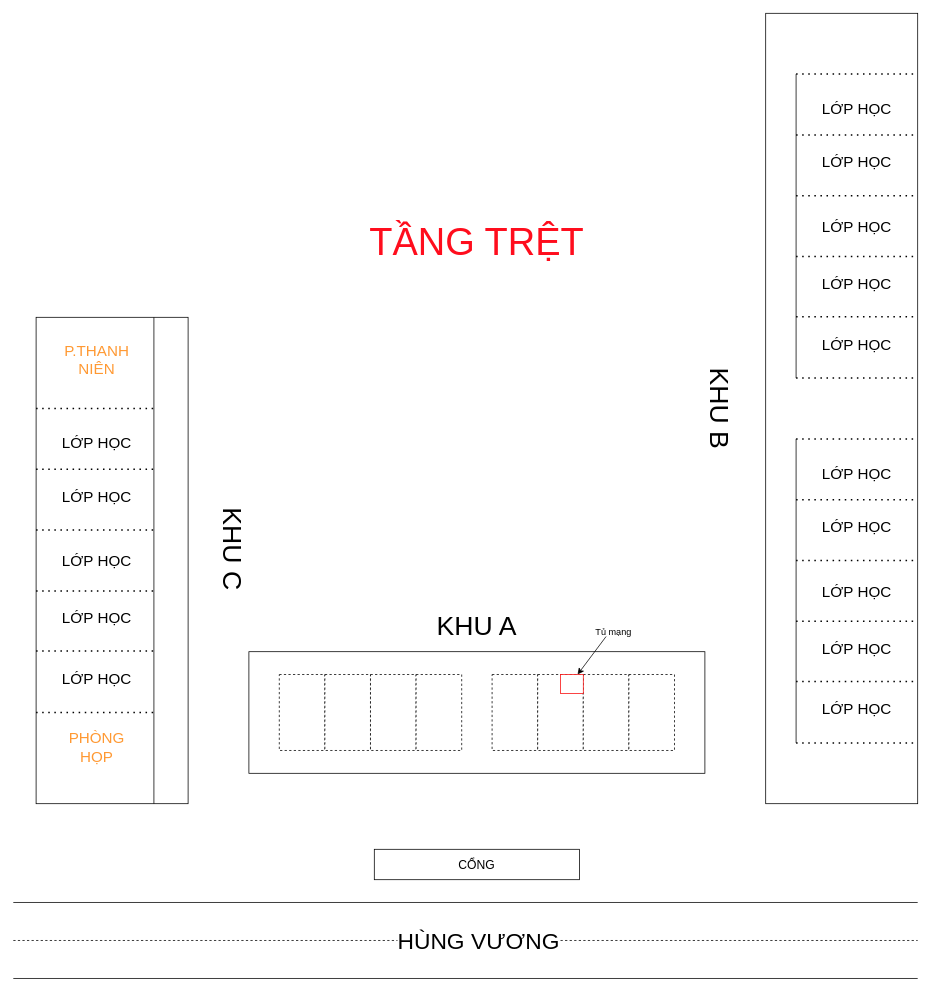
The draw.io diagram Biểu đồ không có tiêu đề.drawio in TroiNguy3n/nguyendinhchieu, before the edit. Source tidied: cells renumbered, new cells numbered last; positions are measured from the earlier drawing's top-left corner, leaving out a move shared by most shapes. Both pictures are drawn from the tidied source at 76%, with x=0, y=0 at pixel (13, 13).
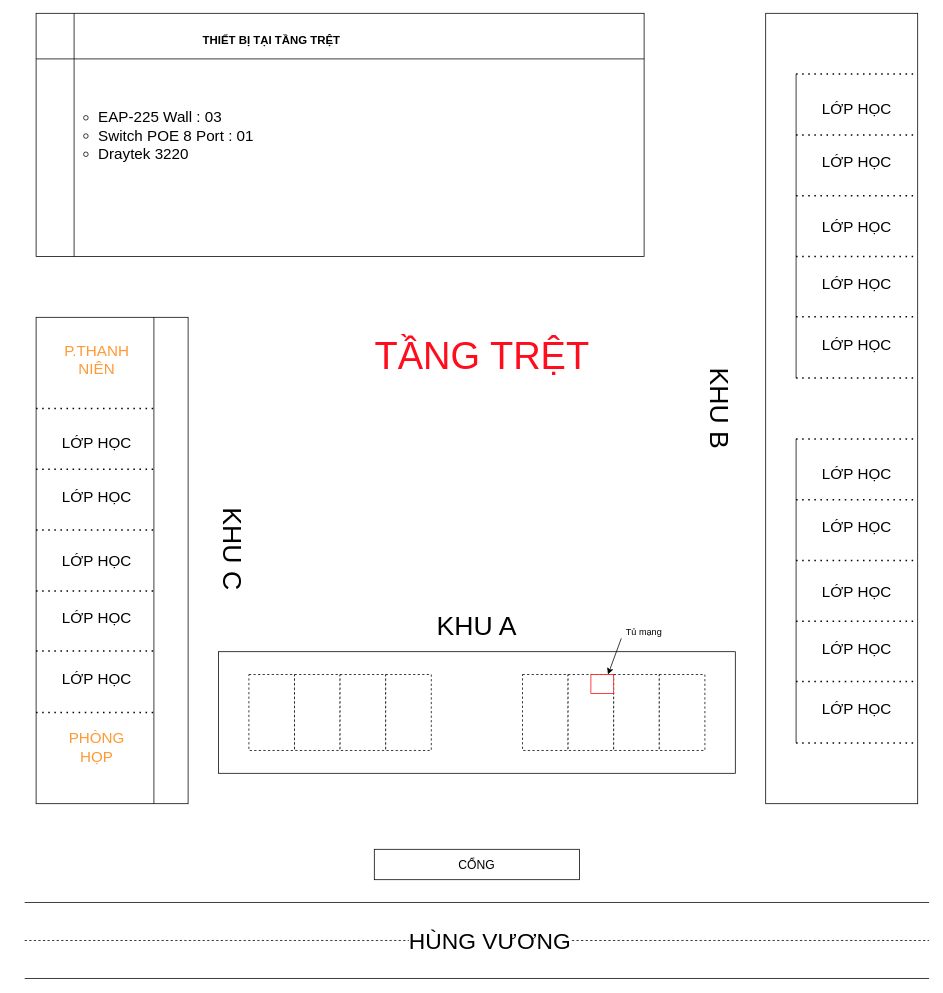
The same diagram, later.

Commit message:
Cập nhật Biểu đồ không có tiêu đề.drawio

What changed in the source:
```diff
@@
     <mxCell id="2" style="endArrow=none;html=1;rounded=0;" parent="1" edge="1">
       <mxGeometry relative="1" as="geometry">
-        <mxPoint y="1170" as="sourcePoint" />
-        <mxPoint x="1190" y="1170" as="targetPoint" />
+        <mxPoint x="15" y="1170" as="sourcePoint" />
+        <mxPoint x="1205" y="1170" as="targetPoint" />
       </mxGeometry>
     </mxCell>
     <mxCell id="3" style="endArrow=none;html=1;rounded=0;" parent="1" edge="1">
       <mxGeometry relative="1" as="geometry">
-        <mxPoint y="1270" as="sourcePoint" />
-        <mxPoint x="1190" y="1270" as="targetPoint" />
+        <mxPoint x="15" y="1270" as="sourcePoint" />
+        <mxPoint x="1205" y="1270" as="targetPoint" />
       </mxGeometry>
     </mxCell>
     <mxCell id="4" style="endArrow=none;html=1;rounded=0;dashed=1;" parent="1" edge="1">
       <mxGeometry relative="1" as="geometry">
-        <mxPoint y="1220" as="sourcePoint" />
-        <mxPoint x="1190" y="1220" as="targetPoint" />
+        <mxPoint x="15" y="1220" as="sourcePoint" />
+        <mxPoint x="1205" y="1220" as="targetPoint" />
       </mxGeometry>
     </mxCell>
@@
     <mxCell id="8" style="rounded=0;whiteSpace=wrap;html=1;" parent="1" vertex="1">
-      <mxGeometry x="310" y="840" width="600" height="160" as="geometry" />
+      <mxGeometry x="270" y="840" width="680" height="160" as="geometry" />
     </mxCell>
@@
     <mxCell id="51" value="&lt;font style=&quot;font-size: 50px;&quot;&gt;TẦNG TRỆT&lt;/font&gt;" style="text;html=1;strokeColor=none;fillColor=none;align=center;verticalAlign=middle;whiteSpace=wrap;rounded=0;rotation=0;fontSize=50;fontColor=#FF0D1D;" parent="1" vertex="1">
-      <mxGeometry x="425" y="250" width="370" height="100" as="geometry" />
+      <mxGeometry x="432" y="400" width="370" height="100" as="geometry" />
     </mxCell>
     <mxCell id="52" style="rounded=0;whiteSpace=wrap;html=1;dashed=1;" parent="1" vertex="1">
-      <mxGeometry x="630" y="870" width="60" height="100" as="geometry" />
+      <mxGeometry x="670" y="870" width="60" height="100" as="geometry" />
     </mxCell>
     <mxCell id="53" style="rounded=0;whiteSpace=wrap;html=1;dashed=1;" parent="1" vertex="1">
-      <mxGeometry x="690" y="870" width="60" height="100" as="geometry" />
+      <mxGeometry x="730" y="870" width="60" height="100" as="geometry" />
     </mxCell>
     <mxCell id="54" style="rounded=0;whiteSpace=wrap;html=1;dashed=1;" parent="1" vertex="1">
-      <mxGeometry x="750" y="870" width="60" height="100" as="geometry" />
+      <mxGeometry x="790" y="870" width="60" height="100" as="geometry" />
     </mxCell>
     <mxCell id="55" style="rounded=0;whiteSpace=wrap;html=1;dashed=1;" parent="1" vertex="1">
-      <mxGeometry x="810" y="870" width="60" height="100" as="geometry" />
+      <mxGeometry x="850" y="870" width="60" height="100" as="geometry" />
     </mxCell>
     <mxCell id="56" style="rounded=0;whiteSpace=wrap;html=1;dashed=1;" parent="1" vertex="1">
-      <mxGeometry x="350" y="870" width="60" height="100" as="geometry" />
+      <mxGeometry x="310" y="870" width="60" height="100" as="geometry" />
     </mxCell>
     <mxCell id="57" style="rounded=0;whiteSpace=wrap;html=1;dashed=1;" parent="1" vertex="1">
-      <mxGeometry x="410" y="870" width="60" height="100" as="geometry" />
+      <mxGeometry x="370" y="870" width="60" height="100" as="geometry" />
     </mxCell>
     <mxCell id="58" style="rounded=0;whiteSpace=wrap;html=1;dashed=1;" parent="1" vertex="1">
-      <mxGeometry x="470" y="870" width="60" height="100" as="geometry" />
+      <mxGeometry x="430" y="870" width="60" height="100" as="geometry" />
     </mxCell>
     <mxCell id="59" style="rounded=0;whiteSpace=wrap;html=1;dashed=1;" parent="1" vertex="1">
-      <mxGeometry x="530" y="870" width="60" height="100" as="geometry" />
+      <mxGeometry x="490" y="870" width="60" height="100" as="geometry" />
     </mxCell>
     <mxCell id="60" style="rounded=0;whiteSpace=wrap;html=1;strokeColor=#f90b0b;" parent="1" vertex="1">
-      <mxGeometry x="720" y="870" width="30" height="25" as="geometry" />
+      <mxGeometry x="760" y="870" width="30" height="25" as="geometry" />
     </mxCell>
@@
-    <mxCell id="62" style="endArrow=classic;html=1;rounded=0;entryX=0.75;entryY=0;entryDx=0;entryDy=0;" parent="1" edge="1" target="60">
-      <mxGeometry relative="1" as="geometry">
-        <mxPoint x="780" y="820" as="sourcePoint" />
-      </mxGeometry>
+    <mxCell id="62" style="endArrow=classic;html=1;rounded=0;entryX=0.75;entryY=0;entryDx=0;entryDy=0;exitX=0;exitY=0.75;exitDx=0;exitDy=0;" parent="1" edge="1" source="63" target="60">
+      <mxGeometry relative="1" as="geometry" />
     </mxCell>
     <mxCell id="63" value="Tủ mạng" style="text;html=1;strokeColor=none;fillColor=none;align=center;verticalAlign=middle;whiteSpace=wrap;rounded=0;" parent="1" vertex="1">
-      <mxGeometry x="760" y="800" width="60" height="30" as="geometry" />
+      <mxGeometry x="800" y="800" width="60" height="30" as="geometry" />
     </mxCell>
+    <mxCell id="64" value="&lt;ol style=&quot;font-size: 20px;&quot;&gt;&lt;ul&gt;&lt;li&gt;&lt;span style=&quot;background-color: initial;&quot;&gt;EAP-225 Wall : 03&lt;/span&gt;&lt;/li&gt;&lt;li&gt;&lt;span style=&quot;background-color: initial;&quot;&gt;Switch POE 8 Port : 01&lt;/span&gt;&lt;/li&gt;&lt;li&gt;&lt;span style=&quot;background-color: initial;&quot;&gt;Draytek 3220&lt;/span&gt;&lt;/li&gt;&lt;/ul&gt;&lt;/ol&gt;" style="shape=internalStorage;whiteSpace=wrap;html=1;backgroundOutline=1;dx=50;dy=60;align=left;" parent="1" vertex="1">
+      <mxGeometry x="30" width="800" height="320" as="geometry" />
+    </mxCell>
+    <mxCell id="65" value="&lt;b&gt;&lt;font style=&quot;font-size: 15px;&quot;&gt;THIẾT BỊ TẠI TẦNG TRỆT&lt;/font&gt;&lt;/b&gt;" style="text;html=1;strokeColor=none;fillColor=none;align=center;verticalAlign=middle;whiteSpace=wrap;rounded=0;" parent="1" vertex="1">
+      <mxGeometry x="110" y="20" width="460" height="30" as="geometry" />
+    </mxCell>
```
